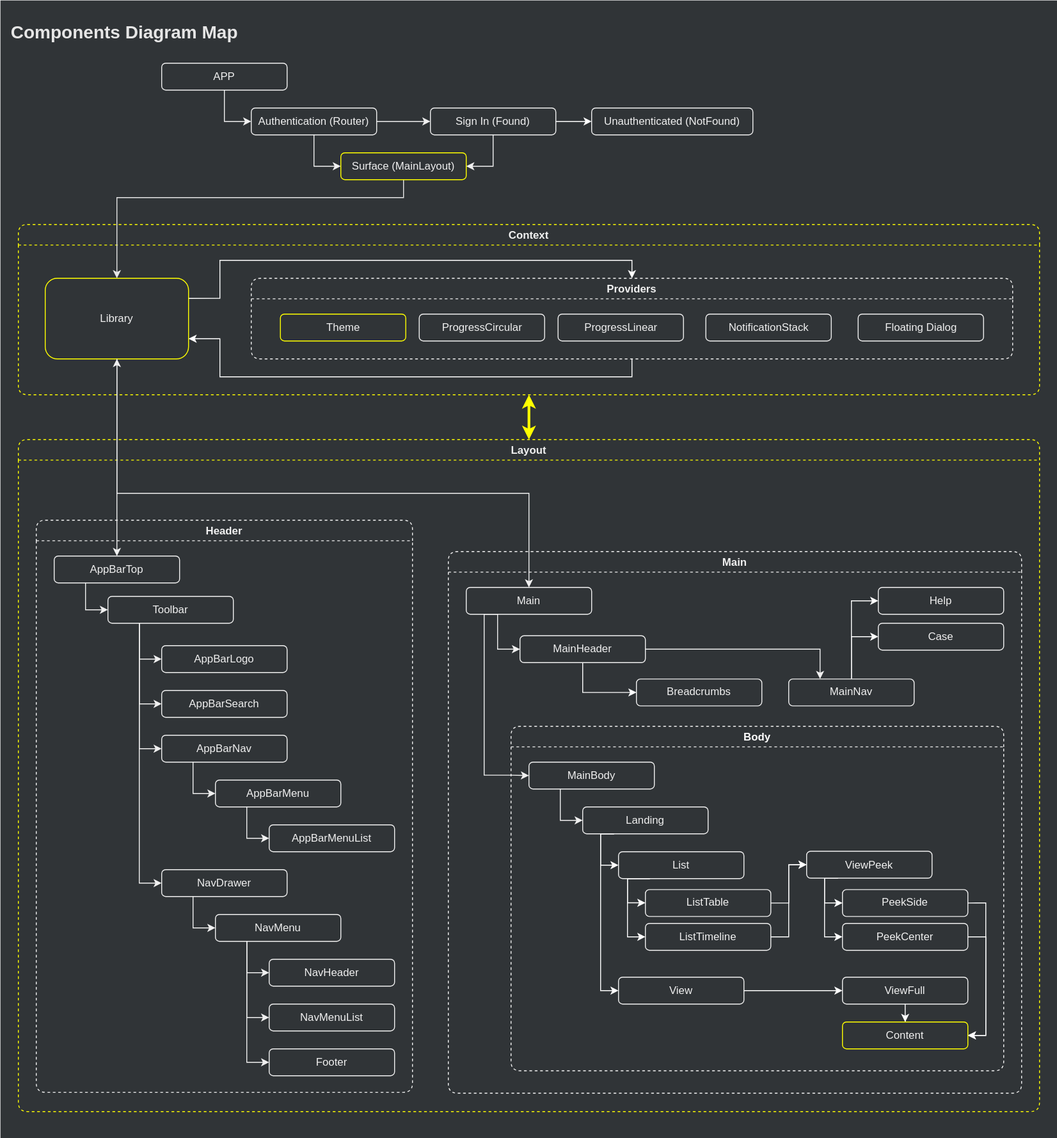
This is diagrams/juvpro/components-diagram-map.svg from tcjpd/tcjpd.github.io, a draw.io export, as it was before one commit. Source tidied: cells renumbered, new cells last; positions are measured from the earlier drawing's top-left corner, leaving out a move shared by most shapes.
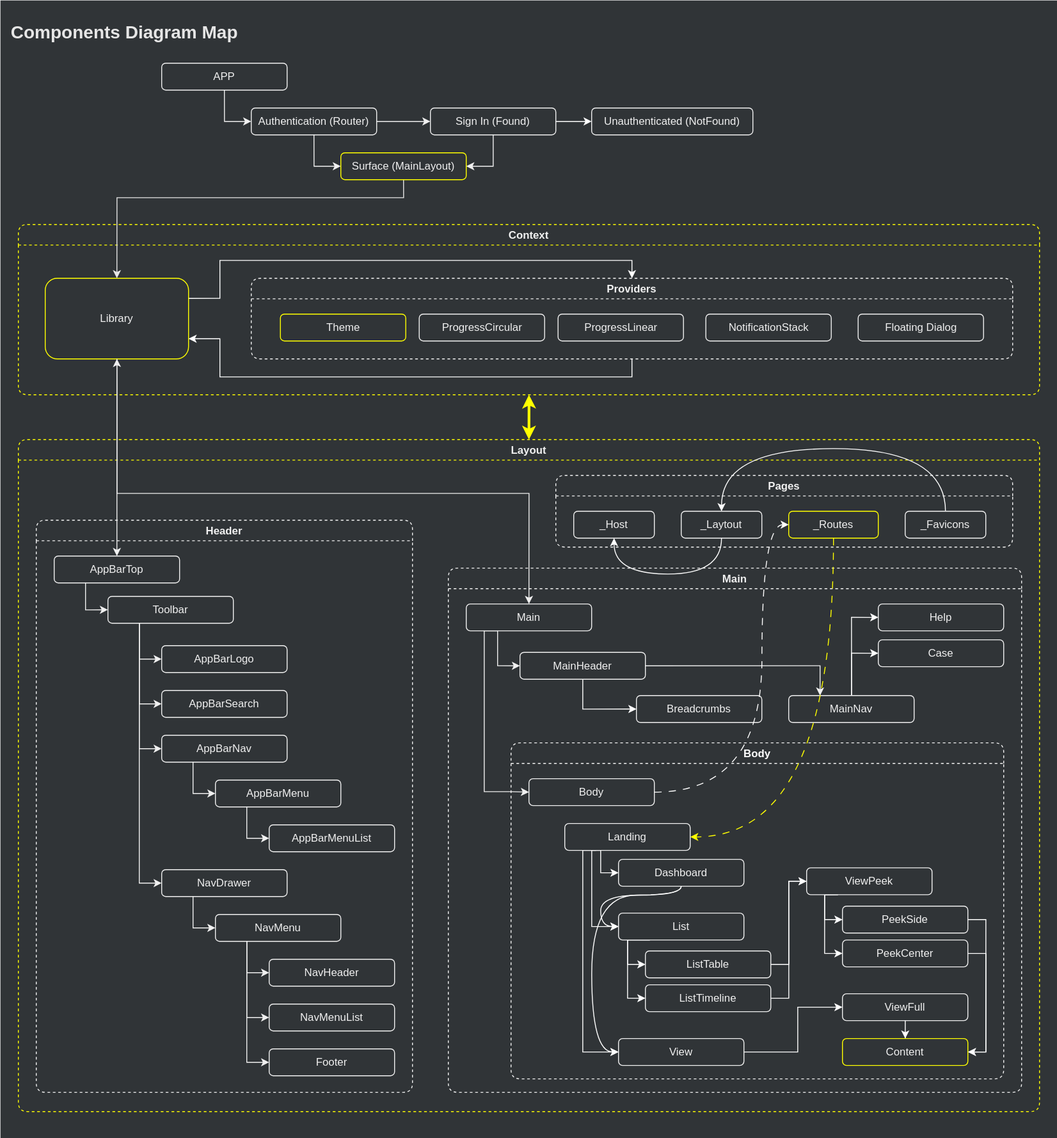
After the change.

The edit, as a diff of the source:
```diff
@@ -168,7 +168,7 @@
       <mxGeometry relative="1" as="geometry" />
     </mxCell>
     <mxCell id="42" value="Main" style="swimlane;rounded=1;fillColor=none;fontColor=#F0F0F0;strokeColor=#F2F2F2;dashed=1;" parent="11" vertex="1">
-      <mxGeometry x="480" y="125" width="640" height="604.5" as="geometry" />
+      <mxGeometry x="480" y="143.5" width="640" height="585" as="geometry" />
     </mxCell>
     <mxCell id="43" style="edgeStyle=orthogonalEdgeStyle;rounded=0;orthogonalLoop=1;jettySize=auto;html=1;entryX=1;entryY=0.5;entryDx=0;entryDy=0;strokeColor=#CCE5FF;" parent="42" edge="1">
       <mxGeometry relative="1" as="geometry">
@@ -224,7 +224,7 @@
       <mxGeometry x="210" y="142.2" width="140" height="30" as="geometry" />
     </mxCell>
     <mxCell id="55" value="Body" style="swimlane;rounded=1;fillColor=none;fontColor=#FFFFFF;strokeColor=#F2F2F2;dashed=1;" parent="42" vertex="1">
-      <mxGeometry x="70" y="195" width="550" height="384.5" as="geometry" />
+      <mxGeometry x="70" y="195" width="550" height="375" as="geometry" />
     </mxCell>
     <mxCell id="56" style="edgeStyle=orthogonalEdgeStyle;rounded=0;orthogonalLoop=1;jettySize=auto;html=1;entryX=1;entryY=0.5;entryDx=0;entryDy=0;strokeColor=#CCE5FF;" parent="55" edge="1">
       <mxGeometry relative="1" as="geometry">
@@ -244,7 +244,7 @@
         <mxPoint x="195" y="130" as="targetPoint" />
       </mxGeometry>
     </mxCell>
-    <mxCell id="59" value="MainBody" style="rounded=1;whiteSpace=wrap;html=1;fontColor=#F0F0F0;strokeColor=#F0F0F0;fillColor=#303437;" parent="55" vertex="1">
+    <mxCell id="59" value="Body" style="rounded=1;whiteSpace=wrap;html=1;fontColor=#F0F0F0;strokeColor=#F0F0F0;fillColor=#303437;" parent="55" vertex="1">
       <mxGeometry x="20" y="40" width="140" height="30" as="geometry" />
     </mxCell>
     <mxCell id="60" style="edgeStyle=orthogonalEdgeStyle;rounded=0;orthogonalLoop=1;jettySize=auto;html=1;exitX=0.25;exitY=1;exitDx=0;exitDy=0;entryX=0;entryY=0.5;entryDx=0;entryDy=0;" parent="55" edge="1">
@@ -265,67 +265,71 @@
     <mxCell id="63" style="edgeStyle=orthogonalEdgeStyle;rounded=0;jettySize=auto;html=1;exitX=0.25;exitY=1;exitDx=0;exitDy=0;strokeColor=#FFFFFF;entryX=0;entryY=0.5;entryDx=0;entryDy=0;" parent="55" edge="1" source="65" target="69">
       <mxGeometry relative="1" as="geometry">
         <Array as="points">
-          <mxPoint x="100" y="120" />
-          <mxPoint x="100" y="155" />
+          <mxPoint x="90" y="120" />
+          <mxPoint x="90" y="205" />
         </Array>
       </mxGeometry>
     </mxCell>
     <mxCell id="64" style="edgeStyle=orthogonalEdgeStyle;rounded=0;jettySize=auto;html=1;exitX=0.25;exitY=1;exitDx=0;exitDy=0;entryX=0;entryY=0.5;entryDx=0;entryDy=0;strokeColor=#FFFFFF;" parent="55" edge="1" source="65" target="75">
       <mxGeometry relative="1" as="geometry">
         <Array as="points">
-          <mxPoint x="100" y="120" />
-          <mxPoint x="100" y="295" />
+          <mxPoint x="80" y="120" />
+          <mxPoint x="80" y="345" />
         </Array>
       </mxGeometry>
     </mxCell>
+    <mxCell id="113" style="edgeStyle=orthogonalEdgeStyle;rounded=0;jettySize=auto;html=1;exitX=0.25;exitY=1;exitDx=0;exitDy=0;entryX=0;entryY=0.5;entryDx=0;entryDy=0;strokeColor=#FFFFFF;" parent="55" edge="1" source="65" target="116">
+      <mxGeometry relative="1" as="geometry">
+        <Array as="points">
+          <mxPoint x="100" y="120" />
+          <mxPoint x="100" y="145" />
+        </Array>
+      </mxGeometry>
+    </mxCell>
     <mxCell id="65" value="Landing" style="rounded=1;whiteSpace=wrap;html=1;fontColor=#F0F0F0;strokeColor=#F0F0F0;fillColor=#303437;" parent="55" vertex="1">
-      <mxGeometry x="80" y="90" width="140" height="30" as="geometry" />
+      <mxGeometry x="60" y="90" width="140" height="30" as="geometry" />
     </mxCell>
-    <mxCell id="66" style="edgeStyle=orthogonalEdgeStyle;rounded=0;jettySize=auto;html=1;exitX=0.25;exitY=1;exitDx=0;exitDy=0;entryX=0;entryY=0.5;entryDx=0;entryDy=0;strokeColor=#F0F0F0;" parent="55" edge="1" source="59" target="65">
-      <mxGeometry relative="1" as="geometry" />
-    </mxCell>
     <mxCell id="67" style="edgeStyle=orthogonalEdgeStyle;rounded=0;jettySize=auto;html=1;exitX=0.25;exitY=1;exitDx=0;exitDy=0;entryX=0;entryY=0.5;entryDx=0;entryDy=0;strokeColor=#FFFFFF;" parent="55" edge="1" source="69" target="71">
       <mxGeometry relative="1" as="geometry">
         <Array as="points">
-          <mxPoint x="130" y="170" />
-          <mxPoint x="130" y="197" />
-          <mxPoint x="150" y="197" />
+          <mxPoint x="130" y="220" />
+          <mxPoint x="130" y="247" />
         </Array>
       </mxGeometry>
     </mxCell>
     <mxCell id="68" style="edgeStyle=orthogonalEdgeStyle;rounded=0;jettySize=auto;html=1;exitX=0.25;exitY=1;exitDx=0;exitDy=0;entryX=0;entryY=0.5;entryDx=0;entryDy=0;strokeColor=#FFFFFF;" parent="55" edge="1" source="69" target="73">
       <mxGeometry relative="1" as="geometry">
         <Array as="points">
-          <mxPoint x="130" y="170" />
-          <mxPoint x="130" y="235" />
+          <mxPoint x="130" y="220" />
+          <mxPoint x="130" y="285" />
         </Array>
       </mxGeometry>
     </mxCell>
     <mxCell id="69" value="List" style="rounded=1;whiteSpace=wrap;html=1;fontColor=#F0F0F0;strokeColor=#F0F0F0;fillColor=#303437;" parent="55" vertex="1">
-      <mxGeometry x="120" y="140" width="140" height="30" as="geometry" />
+      <mxGeometry x="120" y="190" width="140" height="30" as="geometry" />
     </mxCell>
     <mxCell id="70" style="edgeStyle=orthogonalEdgeStyle;rounded=0;jettySize=auto;html=1;strokeColor=#FFFFFF;entryX=0;entryY=0.5;entryDx=0;entryDy=0;" parent="55" edge="1" source="71" target="84">
       <mxGeometry relative="1" as="geometry" />
     </mxCell>
     <mxCell id="71" value="ListTable" style="rounded=1;whiteSpace=wrap;html=1;fontColor=#F0F0F0;strokeColor=#F0F0F0;fillColor=#303437;" parent="55" vertex="1">
-      <mxGeometry x="150" y="182.2" width="140" height="30" as="geometry" />
+      <mxGeometry x="150" y="232.2" width="140" height="30" as="geometry" />
     </mxCell>
     <mxCell id="72" style="edgeStyle=orthogonalEdgeStyle;rounded=0;jettySize=auto;html=1;entryX=0;entryY=0.5;entryDx=0;entryDy=0;strokeColor=#FFFFFF;" parent="55" edge="1" source="73" target="84">
       <mxGeometry relative="1" as="geometry" />
     </mxCell>
     <mxCell id="73" value="ListTimeline" style="rounded=1;whiteSpace=wrap;html=1;fontColor=#F0F0F0;strokeColor=#F0F0F0;fillColor=#303437;" parent="55" vertex="1">
-      <mxGeometry x="150" y="220" width="140" height="30" as="geometry" />
+      <mxGeometry x="150" y="270" width="140" height="30" as="geometry" />
     </mxCell>
     <mxCell id="74" style="edgeStyle=orthogonalEdgeStyle;rounded=0;jettySize=auto;html=1;exitX=1;exitY=0.5;exitDx=0;exitDy=0;entryX=0;entryY=0.5;entryDx=0;entryDy=0;strokeColor=#FFFFFF;" parent="55" edge="1" source="75" target="77">
       <mxGeometry relative="1" as="geometry">
         <Array as="points">
-          <mxPoint x="290" y="295" />
-          <mxPoint x="290" y="295" />
+          <mxPoint x="320" y="345" />
+          <mxPoint x="320" y="295" />
         </Array>
       </mxGeometry>
     </mxCell>
     <mxCell id="75" value="View" style="rounded=1;whiteSpace=wrap;html=1;fontColor=#F0F0F0;strokeColor=#F0F0F0;fillColor=#303437;" parent="55" vertex="1">
-      <mxGeometry x="120" y="280" width="140" height="30" as="geometry" />
+      <mxGeometry x="120" y="330" width="140" height="30" as="geometry" />
     </mxCell>
     <mxCell id="76" style="edgeStyle=orthogonalEdgeStyle;rounded=0;jettySize=auto;html=1;strokeColor=#FFFFFF;" parent="55" edge="1" source="77" target="85">
       <mxGeometry relative="1" as="geometry" />
@@ -367,6 +371,27 @@
     <mxCell id="85" value="Content" style="rounded=1;whiteSpace=wrap;html=1;fontColor=#F0F0F0;strokeColor=#FFFF00;fillColor=#303437;" parent="55" vertex="1">
       <mxGeometry x="370" y="330" width="140" height="30" as="geometry" />
     </mxCell>
+    <mxCell id="114" style="edgeStyle=orthogonalEdgeStyle;rounded=0;jettySize=auto;html=1;entryX=0;entryY=0.5;entryDx=0;entryDy=0;strokeColor=#FFFFFF;curved=1;" parent="55" edge="1" source="116" target="75">
+      <mxGeometry relative="1" as="geometry">
+        <Array as="points">
+          <mxPoint x="190" y="170" />
+          <mxPoint x="90" y="170" />
+          <mxPoint x="90" y="345" />
+        </Array>
+      </mxGeometry>
+    </mxCell>
+    <mxCell id="115" style="edgeStyle=orthogonalEdgeStyle;rounded=0;jettySize=auto;html=1;entryX=0;entryY=0.5;entryDx=0;entryDy=0;strokeColor=#FFFFFF;curved=1;" parent="55" edge="1" source="116" target="69">
+      <mxGeometry relative="1" as="geometry">
+        <Array as="points">
+          <mxPoint x="190" y="170" />
+          <mxPoint x="100" y="170" />
+          <mxPoint x="100" y="205" />
+        </Array>
+      </mxGeometry>
+    </mxCell>
+    <mxCell id="116" value="Dashboard" style="rounded=1;whiteSpace=wrap;html=1;fontColor=#F0F0F0;strokeColor=#F0F0F0;fillColor=#303437;" parent="55" vertex="1">
+      <mxGeometry x="120" y="130" width="140" height="30" as="geometry" />
+    </mxCell>
     <mxCell id="86" style="edgeStyle=orthogonalEdgeStyle;rounded=0;jettySize=auto;html=1;exitX=0.25;exitY=1;exitDx=0;exitDy=0;entryX=0;entryY=0.5;entryDx=0;entryDy=0;strokeColor=#F0F0F0;" parent="42" edge="1" source="48" target="59">
       <mxGeometry relative="1" as="geometry">
         <Array as="points">
@@ -382,6 +407,70 @@
     <mxCell id="88" value="Case" style="rounded=1;whiteSpace=wrap;html=1;fontColor=#F0F0F0;strokeColor=#F0F0F0;fillColor=#303437;" parent="42" vertex="1">
       <mxGeometry x="480" y="80" width="140" height="30" as="geometry" />
     </mxCell>
+    <mxCell id="117" value="Pages" style="swimlane;rounded=1;fillColor=none;fontColor=#F0F0F0;strokeColor=#F2F2F2;dashed=1;" parent="11" vertex="1">
+      <mxGeometry x="600" y="40" width="510" height="80" as="geometry" />
+    </mxCell>
+    <mxCell id="118" style="edgeStyle=orthogonalEdgeStyle;rounded=0;orthogonalLoop=1;jettySize=auto;html=1;entryX=1;entryY=0.5;entryDx=0;entryDy=0;strokeColor=#CCE5FF;" parent="117" edge="1">
+      <mxGeometry relative="1" as="geometry">
+        <mxPoint x="175" y="240" as="targetPoint" />
+      </mxGeometry>
+    </mxCell>
+    <mxCell id="119" style="edgeStyle=orthogonalEdgeStyle;rounded=1;orthogonalLoop=1;jettySize=auto;html=1;entryX=0;entryY=0.5;entryDx=0;entryDy=0;strokeColor=#FFFFCC;startArrow=classic;startFill=1;jumpStyle=arc;exitX=0.5;exitY=1;exitDx=0;exitDy=0;" parent="117" edge="1">
+      <mxGeometry relative="1" as="geometry">
+        <mxPoint x="110" y="275" as="sourcePoint" />
+        <Array as="points">
+          <mxPoint x="110" y="378" />
+        </Array>
+      </mxGeometry>
+    </mxCell>
+    <mxCell id="120" style="edgeStyle=orthogonalEdgeStyle;rounded=1;orthogonalLoop=1;jettySize=auto;html=1;entryX=0.5;entryY=1;entryDx=0;entryDy=0;startArrow=classic;startFill=1;strokeColor=#FFFFCC;" parent="117" edge="1">
+      <mxGeometry relative="1" as="geometry">
+        <mxPoint x="195" y="130" as="targetPoint" />
+      </mxGeometry>
+    </mxCell>
+    <mxCell id="121" value="_Routes" style="rounded=1;whiteSpace=wrap;html=1;fontColor=#F0F0F0;strokeColor=#FFFF00;fillColor=#303437;" parent="117" vertex="1">
+      <mxGeometry x="260" y="40" width="100" height="30" as="geometry" />
+    </mxCell>
+    <mxCell id="122" value="_Host" style="rounded=1;whiteSpace=wrap;html=1;fontColor=#F0F0F0;strokeColor=#F0F0F0;fillColor=#303437;" parent="117" vertex="1">
+      <mxGeometry x="20" y="40" width="90" height="30" as="geometry" />
+    </mxCell>
+    <mxCell id="123" style="edgeStyle=orthogonalEdgeStyle;rounded=0;jettySize=auto;html=1;entryX=0.5;entryY=1;entryDx=0;entryDy=0;curved=1;strokeColor=#FFFFFF;exitX=0.5;exitY=1;exitDx=0;exitDy=0;" parent="117" edge="1" source="124" target="122">
+      <mxGeometry relative="1" as="geometry">
+        <Array as="points">
+          <mxPoint x="185" y="110" />
+          <mxPoint x="65" y="110" />
+        </Array>
+      </mxGeometry>
+    </mxCell>
+    <mxCell id="124" value="_Laytout" style="rounded=1;whiteSpace=wrap;html=1;fontColor=#F0F0F0;strokeColor=#F0F0F0;fillColor=#303437;" parent="117" vertex="1">
+      <mxGeometry x="140" y="40" width="90" height="30" as="geometry" />
+    </mxCell>
+    <mxCell id="125" style="edgeStyle=orthogonalEdgeStyle;rounded=0;jettySize=auto;html=1;entryX=0.5;entryY=0;entryDx=0;entryDy=0;curved=1;strokeColor=#FFFFFF;exitX=0.5;exitY=0;exitDx=0;exitDy=0;" parent="117" edge="1" source="126" target="124">
+      <mxGeometry relative="1" as="geometry">
+        <Array as="points">
+          <mxPoint x="435" y="-30" />
+          <mxPoint x="185" y="-30" />
+        </Array>
+      </mxGeometry>
+    </mxCell>
+    <mxCell id="126" value="_Favicons" style="rounded=1;whiteSpace=wrap;html=1;fontColor=#F0F0F0;strokeColor=#F0F0F0;fillColor=#303437;" parent="117" vertex="1">
+      <mxGeometry x="390" y="40" width="90" height="30" as="geometry" />
+    </mxCell>
+    <mxCell id="127" style="edgeStyle=orthogonalEdgeStyle;rounded=0;jettySize=auto;html=1;entryX=1;entryY=0.5;entryDx=0;entryDy=0;curved=1;strokeColor=#FFFF00;exitX=0.5;exitY=1;exitDx=0;exitDy=0;dashed=1;dashPattern=8 8;" parent="11" edge="1" source="121" target="65">
+      <mxGeometry relative="1" as="geometry">
+        <Array as="points">
+          <mxPoint x="910" y="444" />
+        </Array>
+      </mxGeometry>
+    </mxCell>
+    <mxCell id="66" style="edgeStyle=orthogonalEdgeStyle;rounded=0;jettySize=auto;html=1;exitX=1;exitY=0.5;exitDx=0;exitDy=0;strokeColor=#FFFFFF;curved=1;entryX=0;entryY=0.5;entryDx=0;entryDy=0;dashed=1;dashPattern=8 8;" parent="11" edge="1" source="59" target="121">
+      <mxGeometry relative="1" as="geometry">
+        <Array as="points">
+          <mxPoint x="830" y="394" />
+          <mxPoint x="830" y="95" />
+        </Array>
+      </mxGeometry>
+    </mxCell>
     <mxCell id="89" style="edgeStyle=orthogonalEdgeStyle;rounded=0;jettySize=auto;html=1;entryX=1;entryY=0.5;entryDx=0;entryDy=0;strokeColor=#F0F0F0;" parent="3" edge="1" source="91" target="109">
       <mxGeometry relative="1" as="geometry" />
     </mxCell>
```
